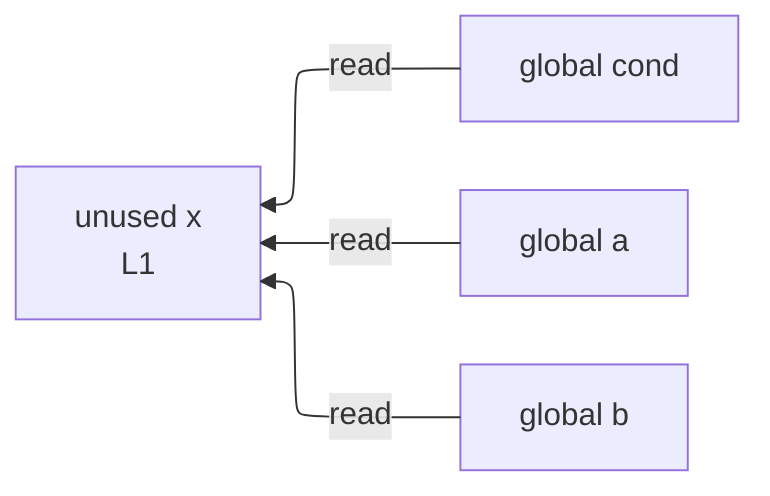
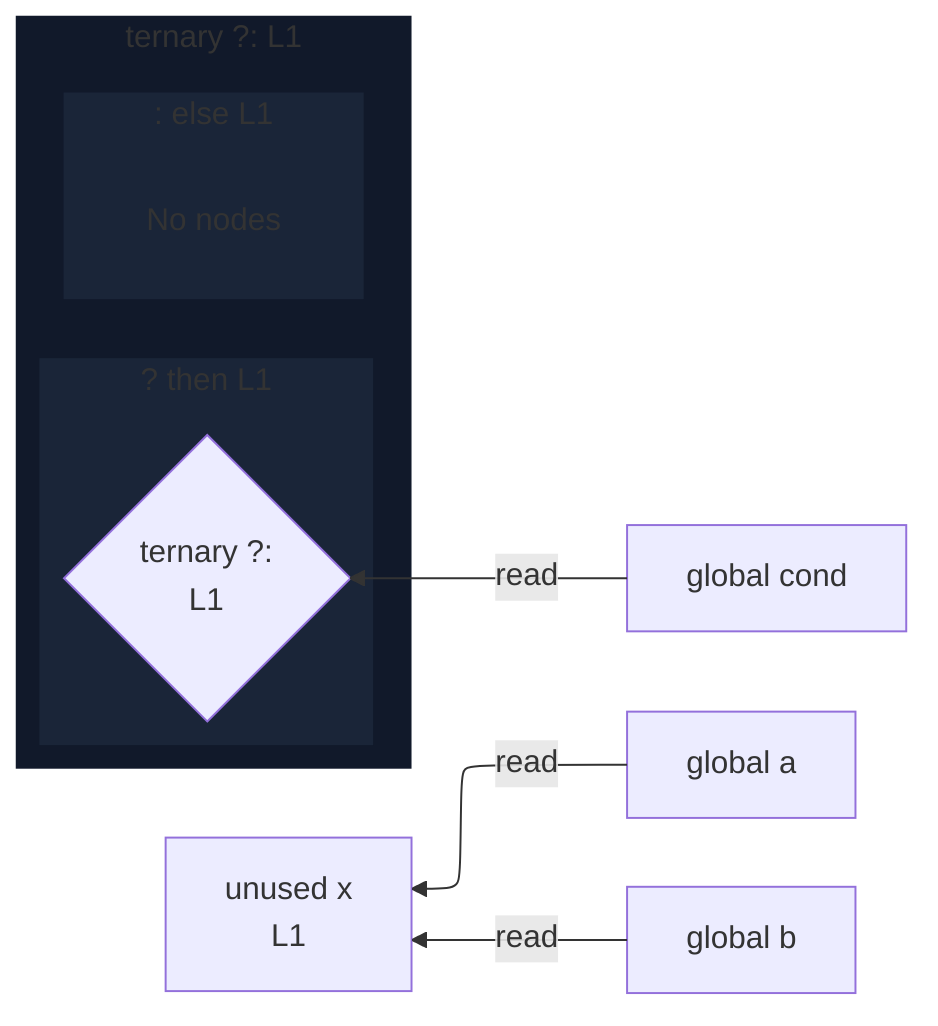
%%{init: {"flowchart": {"defaultRenderer": "elk"}}}%%
flowchart RL
  n_scope_0_x_6["unused x<br/>L1"]
  n_scope_0_cond_10["global cond"]
  n_scope_0_a_17["global a"]
  n_scope_0_b_21["global b"]
-   n_scope_0_cond_10 -->|read| n_scope_0_x_6
+   subgraph cont_ternary_scope_0_10["ternary ?: L1"]
+     direction RL
+     subgraph s_scope_1["? then L1"]
+       direction RL
+       ternary_test_scope_0_10{"ternary ?:<br/>L1"}
+     end
+     subgraph s_scope_2[": else L1"]
+       direction RL
+       elk_empty_s_scope_2["No nodes"]
+     end
+   end
+   n_scope_0_cond_10 -->|read| ternary_test_scope_0_10
  n_scope_0_a_17 -->|read| n_scope_0_x_6
  n_scope_0_b_21 -->|read| n_scope_0_x_6
+   classDef nestL1 fill:#11192a,stroke:transparent;
+   class cont_ternary_scope_0_10 nestL1;
+   classDef nestL2 fill:#1a2538,stroke:transparent;
+   class s_scope_1 nestL2;
+   class s_scope_2 nestL2;
+   classDef elkEmptyPlaceholder fill:transparent,stroke:transparent;
+   class elk_empty_s_scope_2 elkEmptyPlaceholder;
